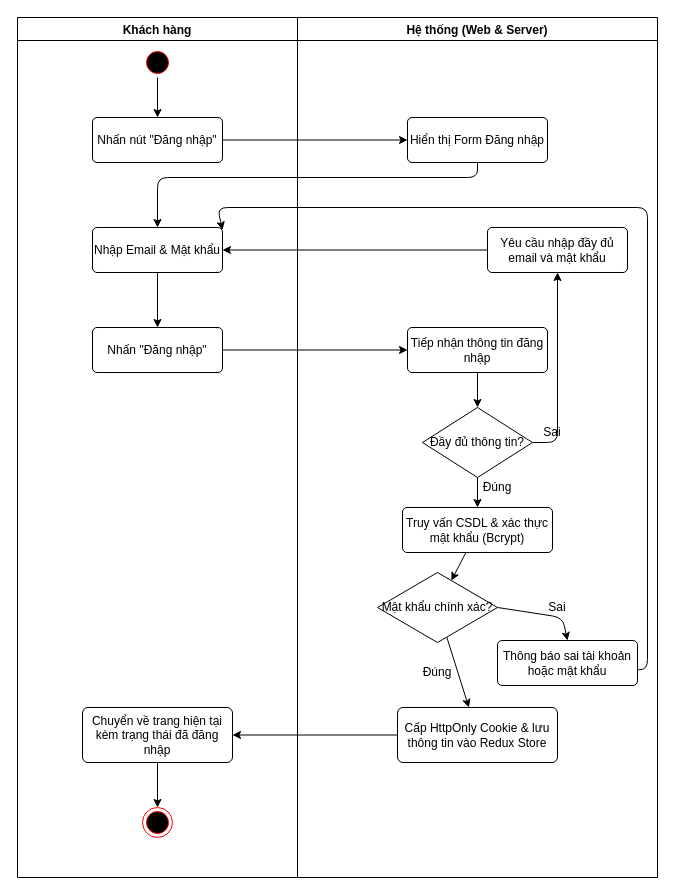
Above: diagrams/AD_UC001_DangNhap.drawio in nhnamdev/movie-booking (draw.io), before the change. Source tidied: cells renumbered, new cells numbered last; positions are measured from the earlier drawing's top-left corner, leaving out a move shared by most shapes. Both pictures are drawn from the tidied source at 100%, with x=0, y=0 at pixel (17, 17).
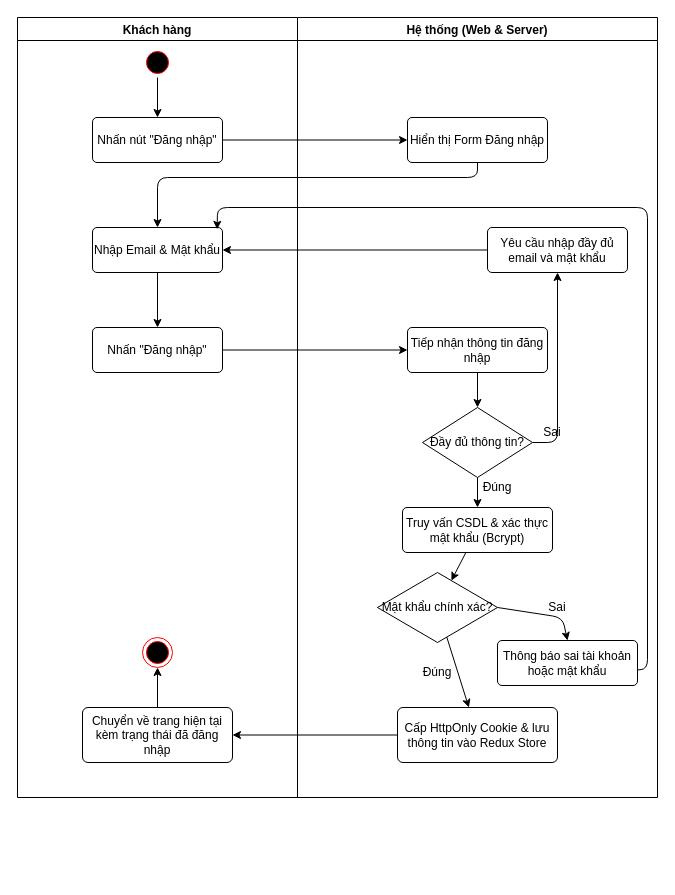
Above is the later version.

The change refers to these unchanged cells:
```xml
<mxCell id="5" value="Nhập Email &amp; Mật khẩu" style="rounded=1;arcSize=10;whiteSpace=wrap;html=1;align=center;" parent="2" vertex="1">
  <mxGeometry x="75" y="210" width="130" height="45" as="geometry" />
</mxCell>
```

Diff of the diagram source:
```diff
@@
     <mxCell id="2" value="Khách hàng" style="swimlane;" parent="1" vertex="1">
-      <mxGeometry width="280" height="860" as="geometry" />
+      <mxGeometry width="280" height="780" as="geometry" />
     </mxCell>
@@
     <mxCell id="8" style="ellipse;html=1;shape=endState;fillColor=#000000;strokeColor=#ff0000;" parent="2" vertex="1">
-      <mxGeometry x="125" y="790" width="30" height="30" as="geometry" />
+      <mxGeometry x="125" y="620" width="30" height="30" as="geometry" />
     </mxCell>
@@
-    <mxCell id="12" style="endArrow=classic;html=1;rounded=1;curved=0;exitX=1;exitY=0.5;exitDx=0;exitDy=0;entryX=1;entryY=0.5;entryDx=0;entryDy=0;" parent="2" edge="1">
+    <mxCell id="12" style="endArrow=classic;html=1;rounded=1;curved=0;exitX=1;exitY=0.5;exitDx=0;exitDy=0;entryX=0.959;entryY=0.041;entryDx=0;entryDy=0;entryPerimeter=0;" parent="2" edge="1" target="5">
       <mxGeometry relative="1" as="geometry">
         <mxPoint x="615" y="652.5" as="sourcePoint" />
-        <mxPoint x="205" y="212.5" as="targetPoint" />
         <Array as="points">
           <mxPoint x="630" y="652" />
           <mxPoint x="630" y="190" />
           <mxPoint x="200" y="190" />
         </Array>
       </mxGeometry>
     </mxCell>
     <mxCell id="13" value="Hệ thống (Web &amp; Server)" style="swimlane;startSize=23;" parent="1" vertex="1">
-      <mxGeometry x="280" width="360" height="860" as="geometry" />
+      <mxGeometry x="280" width="360" height="780" as="geometry" />
     </mxCell>
```
